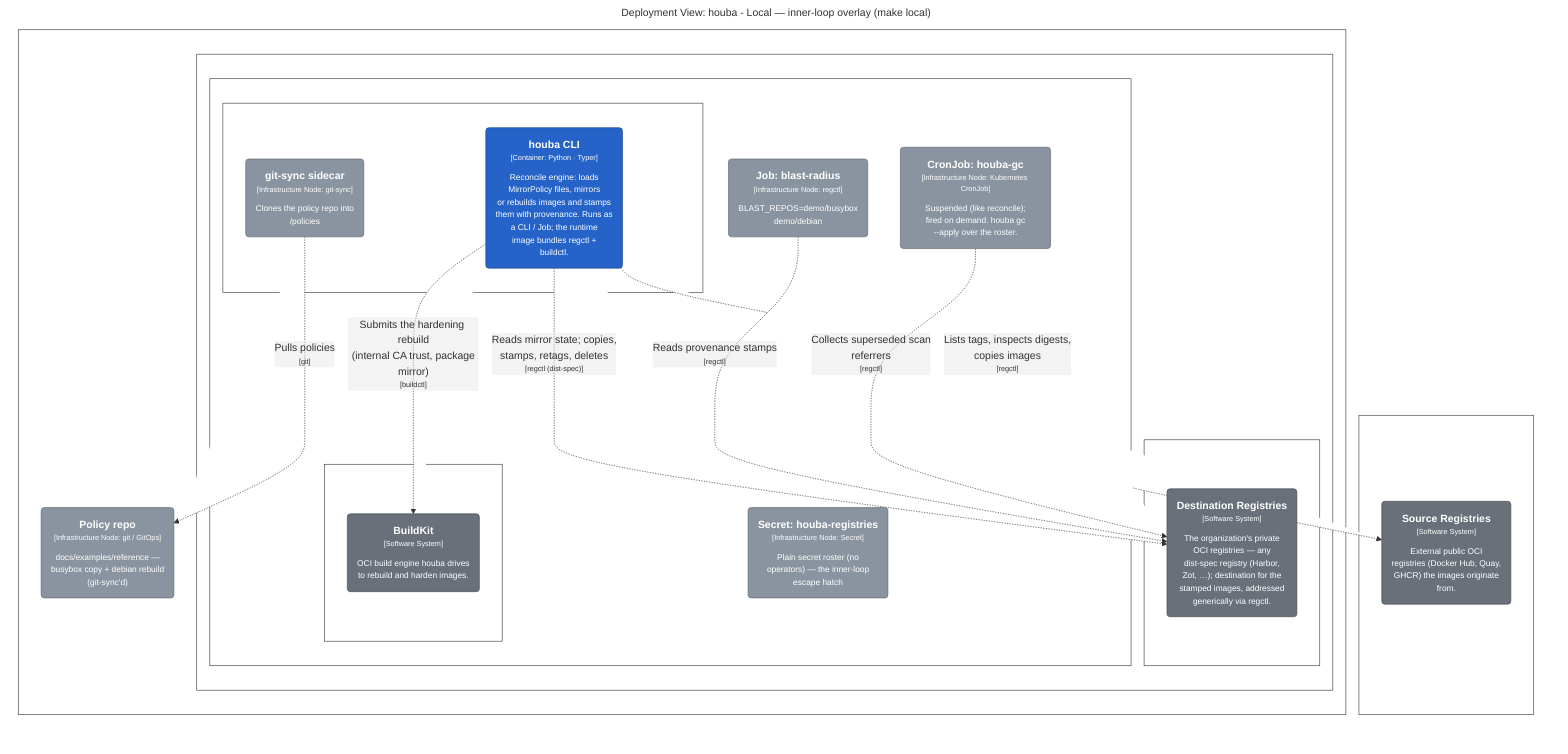
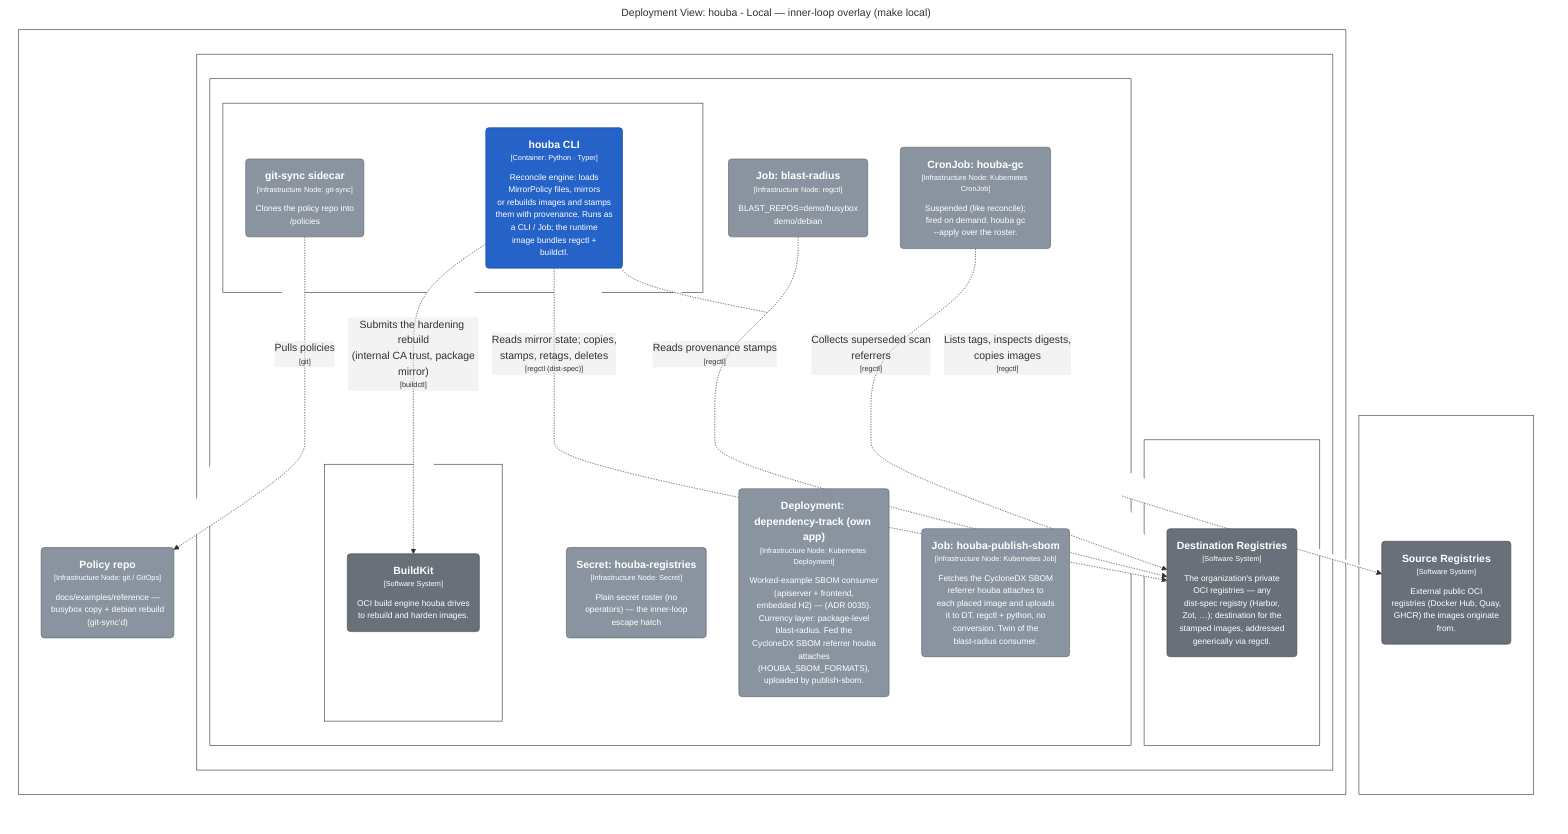
graph LR
  linkStyle default fill:#ffffff

  subgraph diagram ["Deployment View: houba - Local — inner-loop overlay (make local)"]
    style diagram fill:#ffffff,stroke:#ffffff

-     subgraph 182 ["Operator host"]
-       style 182 fill:#ffffff,stroke:#444444,color:#ffffff
+     subgraph 207 ["Operator host"]
+       style 207 fill:#ffffff,stroke:#444444,color:#ffffff

-       183("<div style='font-weight: bold'>Policy repo</div><div style='font-size: 70%; margin-top: 0px'>[Infrastructure Node: git / GitOps]</div><div style='font-size: 80%; margin-top:10px'>docs/examples/reference —<br />busybox copy + debian rebuild<br />(git-sync'd)</div>")
-       style 183 fill:#8a94a0,stroke:#606770,color:#ffffff
-       subgraph 184 ["kind cluster"]
-         style 184 fill:#ffffff,stroke:#444444,color:#ffffff
+       208("<div style='font-weight: bold'>Policy repo</div><div style='font-size: 70%; margin-top: 0px'>[Infrastructure Node: git / GitOps]</div><div style='font-size: 80%; margin-top:10px'>docs/examples/reference —<br />busybox copy + debian rebuild<br />(git-sync'd)</div>")
+       style 208 fill:#8a94a0,stroke:#606770,color:#ffffff
+       subgraph 209 ["kind cluster"]
+         style 209 fill:#ffffff,stroke:#444444,color:#ffffff

-         subgraph 185 ["namespace: houba"]
-           style 185 fill:#ffffff,stroke:#444444,color:#ffffff
+         subgraph 210 ["namespace: houba"]
+           style 210 fill:#ffffff,stroke:#444444,color:#ffffff

-           subgraph 186 ["CronJob: houba-reconcile"]
-             style 186 fill:#ffffff,stroke:#444444,color:#ffffff
+           subgraph 211 ["CronJob: houba-reconcile"]
+             style 211 fill:#ffffff,stroke:#444444,color:#ffffff

-             187("<div style='font-weight: bold'>houba CLI</div><div style='font-size: 70%; margin-top: 0px'>[Container: Python · Typer]</div><div style='font-size: 80%; margin-top:10px'>Reconcile engine: loads<br />MirrorPolicy files, mirrors<br />or rebuilds images and stamps<br />them with provenance. Runs as<br />a CLI / Job; the runtime<br />image bundles regctl +<br />buildctl.</div>")
-             style 187 fill:#2563c9,stroke:#19458c,color:#ffffff
-             188("<div style='font-weight: bold'>git-sync sidecar</div><div style='font-size: 70%; margin-top: 0px'>[Infrastructure Node: git-sync]</div><div style='font-size: 80%; margin-top:10px'>Clones the policy repo into<br />/policies</div>")
-             style 188 fill:#8a94a0,stroke:#606770,color:#ffffff
+             212("<div style='font-weight: bold'>houba CLI</div><div style='font-size: 70%; margin-top: 0px'>[Container: Python · Typer]</div><div style='font-size: 80%; margin-top:10px'>Reconcile engine: loads<br />MirrorPolicy files, mirrors<br />or rebuilds images and stamps<br />them with provenance. Runs as<br />a CLI / Job; the runtime<br />image bundles regctl +<br />buildctl.</div>")
+             style 212 fill:#2563c9,stroke:#19458c,color:#ffffff
+             213("<div style='font-weight: bold'>git-sync sidecar</div><div style='font-size: 70%; margin-top: 0px'>[Infrastructure Node: git-sync]</div><div style='font-size: 80%; margin-top:10px'>Clones the policy repo into<br />/policies</div>")
+             style 213 fill:#8a94a0,stroke:#606770,color:#ffffff
          end

-           subgraph 189 ["Deployment: buildkitd"]
-             style 189 fill:#ffffff,stroke:#444444,color:#ffffff
+           subgraph 214 ["Deployment: buildkitd"]
+             style 214 fill:#ffffff,stroke:#444444,color:#ffffff

-             190("<div style='font-weight: bold'>BuildKit</div><div style='font-size: 70%; margin-top: 0px'>[Software System]</div><div style='font-size: 80%; margin-top:10px'>OCI build engine houba drives<br />to rebuild and harden images.</div>")
-             style 190 fill:#69707a,stroke:#494e55,color:#ffffff
+             215("<div style='font-weight: bold'>BuildKit</div><div style='font-size: 70%; margin-top: 0px'>[Software System]</div><div style='font-size: 80%; margin-top:10px'>OCI build engine houba drives<br />to rebuild and harden images.</div>")
+             style 215 fill:#69707a,stroke:#494e55,color:#ffffff
          end

-           192("<div style='font-weight: bold'>Secret: houba-registries</div><div style='font-size: 70%; margin-top: 0px'>[Infrastructure Node: Secret]</div><div style='font-size: 80%; margin-top:10px'>Plain secret roster (no<br />operators) — the inner-loop<br />escape hatch</div>")
-           style 192 fill:#8a94a0,stroke:#606770,color:#ffffff
-           193("<div style='font-weight: bold'>Job: blast-radius</div><div style='font-size: 70%; margin-top: 0px'>[Infrastructure Node: regctl]</div><div style='font-size: 80%; margin-top:10px'>BLAST_REPOS=demo/busybox<br />demo/debian</div>")
-           style 193 fill:#8a94a0,stroke:#606770,color:#ffffff
-           196("<div style='font-weight: bold'>CronJob: houba-gc</div><div style='font-size: 70%; margin-top: 0px'>[Infrastructure Node: Kubernetes CronJob]</div><div style='font-size: 80%; margin-top:10px'>Suspended (like reconcile);<br />fired on demand. houba gc<br />--apply over the roster.</div>")
-           style 196 fill:#8a94a0,stroke:#606770,color:#ffffff
+           217("<div style='font-weight: bold'>Secret: houba-registries</div><div style='font-size: 70%; margin-top: 0px'>[Infrastructure Node: Secret]</div><div style='font-size: 80%; margin-top:10px'>Plain secret roster (no<br />operators) — the inner-loop<br />escape hatch</div>")
+           style 217 fill:#8a94a0,stroke:#606770,color:#ffffff
+           218("<div style='font-weight: bold'>Job: blast-radius</div><div style='font-size: 70%; margin-top: 0px'>[Infrastructure Node: regctl]</div><div style='font-size: 80%; margin-top:10px'>BLAST_REPOS=demo/busybox<br />demo/debian</div>")
+           style 218 fill:#8a94a0,stroke:#606770,color:#ffffff
+           219("<div style='font-weight: bold'>CronJob: houba-gc</div><div style='font-size: 70%; margin-top: 0px'>[Infrastructure Node: Kubernetes CronJob]</div><div style='font-size: 80%; margin-top:10px'>Suspended (like reconcile);<br />fired on demand. houba gc<br />--apply over the roster.</div>")
+           style 219 fill:#8a94a0,stroke:#606770,color:#ffffff
+           220("<div style='font-weight: bold'>Deployment: dependency-track (own app)</div><div style='font-size: 70%; margin-top: 0px'>[Infrastructure Node: Kubernetes Deployment]</div><div style='font-size: 80%; margin-top:10px'>Worked-example SBOM consumer<br />(apiserver + frontend,<br />embedded H2) — (ADR 0035).<br />Currency layer: package-level<br />blast-radius. Fed the<br />CycloneDX SBOM referrer houba<br />attaches<br />(HOUBA_SBOM_FORMATS),<br />uploaded by publish-sbom.</div>")
+           style 220 fill:#8a94a0,stroke:#606770,color:#ffffff
+           221("<div style='font-weight: bold'>Job: houba-publish-sbom</div><div style='font-size: 70%; margin-top: 0px'>[Infrastructure Node: Kubernetes Job]</div><div style='font-size: 80%; margin-top:10px'>Fetches the CycloneDX SBOM<br />referrer houba attaches to<br />each placed image and uploads<br />it to DT. regctl + python, no<br />conversion. Twin of the<br />blast-radius consumer.</div>")
+           style 221 fill:#8a94a0,stroke:#606770,color:#ffffff
        end

-         subgraph 194 ["namespace: registry"]
-           style 194 fill:#ffffff,stroke:#444444,color:#ffffff
+         subgraph 222 ["namespace: registry"]
+           style 222 fill:#ffffff,stroke:#444444,color:#ffffff

-           195("<div style='font-weight: bold'>Destination Registries</div><div style='font-size: 70%; margin-top: 0px'>[Software System]</div><div style='font-size: 80%; margin-top:10px'>The organization's private<br />OCI registries — any<br />dist-spec registry (Harbor,<br />Zot, …); destination for the<br />stamped images, addressed<br />generically via regctl.</div>")
-           style 195 fill:#69707a,stroke:#494e55,color:#ffffff
+           223("<div style='font-weight: bold'>Destination Registries</div><div style='font-size: 70%; margin-top: 0px'>[Software System]</div><div style='font-size: 80%; margin-top:10px'>The organization's private<br />OCI registries — any<br />dist-spec registry (Harbor,<br />Zot, …); destination for the<br />stamped images, addressed<br />generically via regctl.</div>")
+           style 223 fill:#69707a,stroke:#494e55,color:#ffffff
        end

      end

    end

-     subgraph 197 ["Internet"]
-       style 197 fill:#ffffff,stroke:#444444,color:#ffffff
+     subgraph 225 ["Internet"]
+       style 225 fill:#ffffff,stroke:#444444,color:#ffffff

-       198("<div style='font-weight: bold'>Source Registries</div><div style='font-size: 70%; margin-top: 0px'>[Software System]</div><div style='font-size: 80%; margin-top:10px'>External public OCI<br />registries (Docker Hub, Quay,<br />GHCR) the images originate<br />from.</div>")
-       style 198 fill:#69707a,stroke:#494e55,color:#ffffff
+       226("<div style='font-weight: bold'>Source Registries</div><div style='font-size: 70%; margin-top: 0px'>[Software System]</div><div style='font-size: 80%; margin-top:10px'>External public OCI<br />registries (Docker Hub, Quay,<br />GHCR) the images originate<br />from.</div>")
+       style 226 fill:#69707a,stroke:#494e55,color:#ffffff
    end

-     187-. "<div>Submits the hardening rebuild<br />(internal CA trust, package<br />mirror)</div><div style='font-size: 70%'>[buildctl]</div>" .->190
-     187-. "<div>Reads mirror state; copies,<br />stamps, retags, deletes</div><div style='font-size: 70%'>[regctl (dist-spec)]</div>" .->195
-     187-. "<div>Lists tags, inspects digests,<br />copies images</div><div style='font-size: 70%'>[regctl]</div>" .->198
-     188-. "<div>Pulls policies</div><div style='font-size: 70%'>[git]</div>" .->183
-     193-. "<div>Reads provenance stamps</div><div style='font-size: 70%'>[regctl]</div>" .->195
-     196-. "<div>Collects superseded scan<br />referrers</div><div style='font-size: 70%'>[regctl]</div>" .->195
+     212-. "<div>Submits the hardening rebuild<br />(internal CA trust, package<br />mirror)</div><div style='font-size: 70%'>[buildctl]</div>" .->215
+     212-. "<div>Reads mirror state; copies,<br />stamps, retags, deletes</div><div style='font-size: 70%'>[regctl (dist-spec)]</div>" .->223
+     212-. "<div>Lists tags, inspects digests,<br />copies images</div><div style='font-size: 70%'>[regctl]</div>" .->226
+     213-. "<div>Pulls policies</div><div style='font-size: 70%'>[git]</div>" .->208
+     218-. "<div>Reads provenance stamps</div><div style='font-size: 70%'>[regctl]</div>" .->223
+     219-. "<div>Collects superseded scan<br />referrers</div><div style='font-size: 70%'>[regctl]</div>" .->223

  end